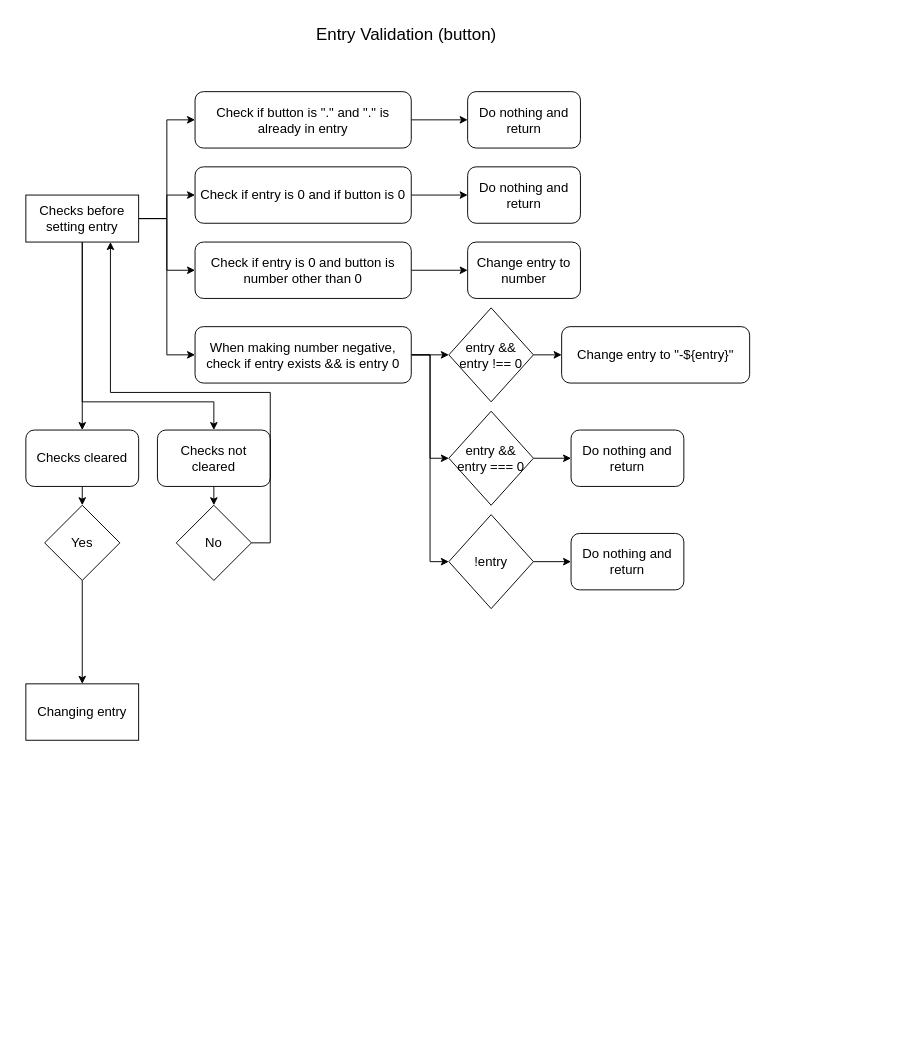
Joeseff6/Reactive-Calculator keeps this draw.io diagram as Reactive-Calculator-Diagram.drawio. Above is the earlier version. Source tidied: cells renumbered, new cells numbered last; positions are measured from the earlier drawing's top-left corner, leaving out a move shared by most shapes. Both pictures are drawn from the tidied source at 94%, with x=0, y=0 at pixel (25, 16).
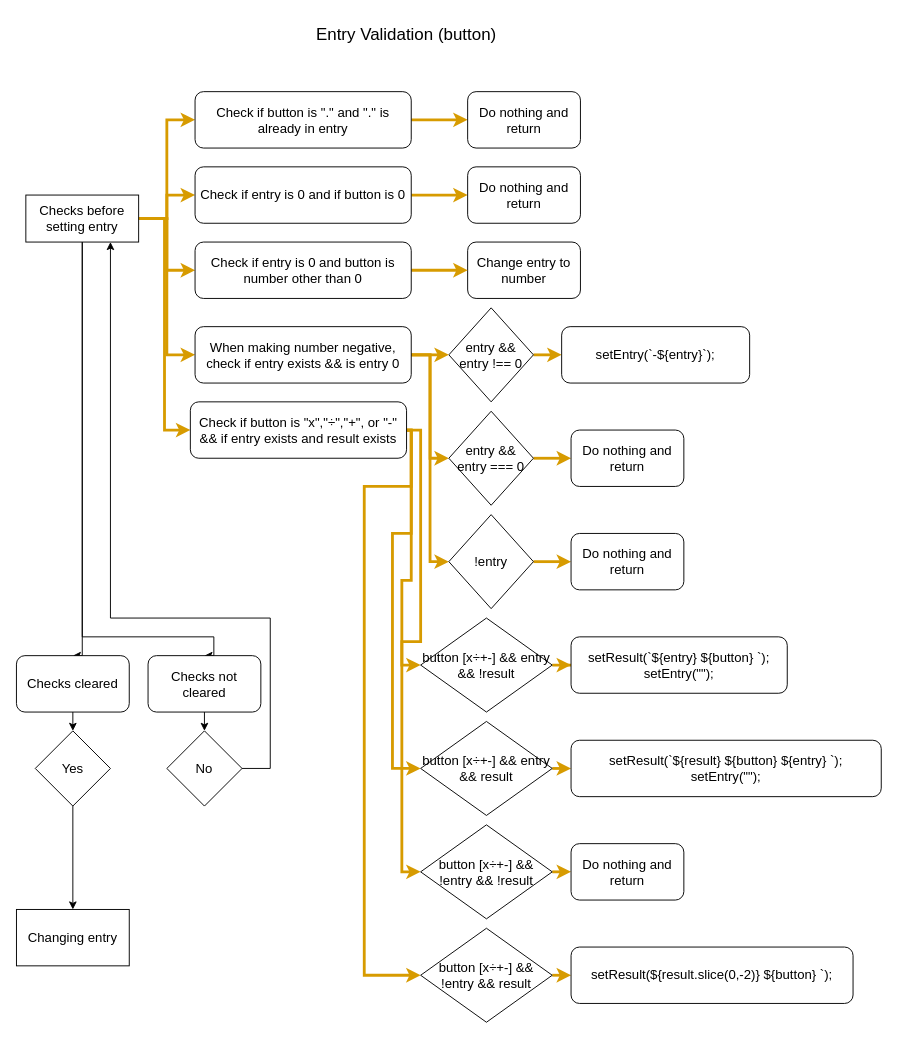
After the change.

The change refers to these unchanged cells:
```xml
<mxCell id="9" value="Checks before setting entry" style="rounded=0;whiteSpace=wrap;html=1;fontSize=14;" parent="1" vertex="1">
  <mxGeometry y="190" width="120" height="50" as="geometry" />
</mxCell>
<mxCell id="11" value="Check if entry is 0 and if button is 0" style="rounded=1;whiteSpace=wrap;html=1;fontSize=14;" parent="1" vertex="1">
  <mxGeometry x="180" y="160" width="230" height="60" as="geometry" />
</mxCell>
<mxCell id="13" value="Check if button is &quot;.&quot; and &quot;.&quot; is already in entry" style="rounded=1;whiteSpace=wrap;html=1;fontSize=14;" parent="1" vertex="1">
  <mxGeometry x="180" y="80" width="230" height="60" as="geometry" />
</mxCell>
<mxCell id="14" value="Do nothing and return" style="rounded=1;whiteSpace=wrap;html=1;fontSize=14;" parent="1" vertex="1">
  <mxGeometry x="470" y="80" width="120" height="60" as="geometry" />
</mxCell>
<mxCell id="15" value="Do nothing and return" style="rounded=1;whiteSpace=wrap;html=1;fontSize=14;" parent="1" vertex="1">
  <mxGeometry x="470" y="160" width="120" height="60" as="geometry" />
</mxCell>
<mxCell id="16" value="Change entry to number" style="rounded=1;whiteSpace=wrap;html=1;fontSize=14;" parent="1" vertex="1">
  <mxGeometry x="470" y="240" width="120" height="60" as="geometry" />
</mxCell>
<mxCell id="18" value="entry &amp;amp;&amp;amp; entry !== 0" style="rhombus;whiteSpace=wrap;html=1;fontSize=14;" parent="1" vertex="1">
  <mxGeometry x="450" y="310" width="90" height="100" as="geometry" />
</mxCell>
<mxCell id="22" value="When making number negative, check if entry exists &amp;amp;&amp;amp; is entry 0" style="rounded=1;whiteSpace=wrap;html=1;fontSize=14;" parent="1" vertex="1">
  <mxGeometry x="180" y="330" width="230" height="60" as="geometry" />
</mxCell>
<mxCell id="24" value="Check if entry is 0 and button is number other than 0" style="rounded=1;whiteSpace=wrap;html=1;fontSize=14;" parent="1" vertex="1">
  <mxGeometry x="180" y="240" width="230" height="60" as="geometry" />
</mxCell>
<mxCell id="26" value="entry &amp;amp;&amp;amp; entry === 0" style="rhombus;whiteSpace=wrap;html=1;fontSize=14;" parent="1" vertex="1">
  <mxGeometry x="450" y="420" width="90" height="100" as="geometry" />
</mxCell>
<mxCell id="28" value="Do nothing and return" style="rounded=1;whiteSpace=wrap;html=1;fontSize=14;" parent="1" vertex="1">
  <mxGeometry x="580" y="440" width="120" height="60" as="geometry" />
</mxCell>
<mxCell id="30" value="!entry" style="rhombus;whiteSpace=wrap;html=1;fontSize=14;" parent="1" vertex="1">
  <mxGeometry x="450" y="530" width="90" height="100" as="geometry" />
</mxCell>
<mxCell id="31" value="Do nothing and return" style="rounded=1;whiteSpace=wrap;html=1;fontSize=14;" parent="1" vertex="1">
  <mxGeometry x="580" y="550" width="120" height="60" as="geometry" />
</mxCell>
```

Change to the diagram source:
```diff
@@
-    <mxCell id="3" style="edgeStyle=orthogonalEdgeStyle;rounded=0;jettySize=auto;html=1;exitX=1;exitY=0.5;exitDx=0;exitDy=0;entryX=0;entryY=0.5;entryDx=0;entryDy=0;fontSize=14;" parent="1" edge="1" source="9" target="11">
+    <mxCell id="3" style="edgeStyle=orthogonalEdgeStyle;rounded=0;jettySize=auto;html=1;exitX=1;exitY=0.5;exitDx=0;exitDy=0;entryX=0;entryY=0.5;entryDx=0;entryDy=0;fontSize=14;fillColor=#ffe6cc;strokeColor=#d79b00;strokeWidth=3;" parent="1" edge="1" source="9" target="11">
       <mxGeometry relative="1" as="geometry" />
     </mxCell>
-    <mxCell id="4" style="edgeStyle=orthogonalEdgeStyle;rounded=0;jettySize=auto;html=1;exitX=1;exitY=0.5;exitDx=0;exitDy=0;entryX=0;entryY=0.5;entryDx=0;entryDy=0;fontSize=14;" parent="1" edge="1" source="9" target="13">
+    <mxCell id="4" style="edgeStyle=orthogonalEdgeStyle;rounded=0;jettySize=auto;html=1;exitX=1;exitY=0.5;exitDx=0;exitDy=0;entryX=0;entryY=0.5;entryDx=0;entryDy=0;fontSize=14;fillColor=#ffe6cc;strokeColor=#d79b00;strokeWidth=3;" parent="1" edge="1" source="9" target="13">
       <mxGeometry relative="1" as="geometry" />
     </mxCell>
-    <mxCell id="5" style="edgeStyle=orthogonalEdgeStyle;rounded=0;jettySize=auto;html=1;exitX=1;exitY=0.5;exitDx=0;exitDy=0;entryX=0;entryY=0.5;entryDx=0;entryDy=0;fontSize=14;" parent="1" edge="1" source="9" target="24">
+    <mxCell id="5" style="edgeStyle=orthogonalEdgeStyle;rounded=0;jettySize=auto;html=1;exitX=1;exitY=0.5;exitDx=0;exitDy=0;entryX=0;entryY=0.5;entryDx=0;entryDy=0;fontSize=14;fillColor=#ffe6cc;strokeColor=#d79b00;strokeWidth=3;" parent="1" edge="1" source="9" target="24">
       <mxGeometry relative="1" as="geometry" />
     </mxCell>
-    <mxCell id="6" style="edgeStyle=orthogonalEdgeStyle;rounded=0;jettySize=auto;html=1;exitX=1;exitY=0.5;exitDx=0;exitDy=0;entryX=0;entryY=0.5;entryDx=0;entryDy=0;fontSize=14;" parent="1" edge="1" source="9" target="22">
+    <mxCell id="6" style="edgeStyle=orthogonalEdgeStyle;rounded=0;jettySize=auto;html=1;exitX=1;exitY=0.5;exitDx=0;exitDy=0;entryX=0;entryY=0.5;entryDx=0;entryDy=0;fontSize=14;fillColor=#ffe6cc;strokeColor=#d79b00;strokeWidth=3;" parent="1" edge="1" source="9" target="22">
       <mxGeometry relative="1" as="geometry" />
     </mxCell>
     <mxCell id="7" style="edgeStyle=orthogonalEdgeStyle;rounded=0;jettySize=auto;html=1;entryX=0.5;entryY=0;entryDx=0;entryDy=0;fontSize=14;" parent="1" edge="1" source="9" target="33">
-      <mxGeometry relative="1" as="geometry" />
+      <mxGeometry relative="1" as="geometry">
+        <Array as="points">
+          <mxPoint x="60" y="680" />
+        </Array>
+      </mxGeometry>
     </mxCell>
     <mxCell id="8" style="edgeStyle=orthogonalEdgeStyle;rounded=0;jettySize=auto;html=1;exitX=0.5;exitY=1;exitDx=0;exitDy=0;entryX=0.5;entryY=0;entryDx=0;entryDy=0;fontSize=14;" parent="1" edge="1" source="9" target="35">
       <mxGeometry relative="1" as="geometry">
         <Array as="points">
-          <mxPoint x="60" y="410" />
-          <mxPoint x="200" y="410" />
+          <mxPoint x="60" y="660" />
+          <mxPoint x="200" y="660" />
+          <mxPoint x="200" y="680" />
         </Array>
       </mxGeometry>
     </mxCell>
+    <mxCell id="41" style="edgeStyle=orthogonalEdgeStyle;rounded=0;jettySize=auto;html=1;exitX=1;exitY=0.5;exitDx=0;exitDy=0;entryX=0;entryY=0.5;entryDx=0;entryDy=0;fontSize=14;strokeWidth=3;fillColor=#ffe6cc;strokeColor=#d79b00;" parent="1" edge="1" source="9" target="46">
+      <mxGeometry relative="1" as="geometry" />
+    </mxCell>
@@
-    <mxCell id="10" style="edgeStyle=orthogonalEdgeStyle;rounded=0;jettySize=auto;html=1;exitX=1;exitY=0.5;exitDx=0;exitDy=0;entryX=0;entryY=0.5;entryDx=0;entryDy=0;fontSize=14;" parent="1" edge="1" source="11" target="15">
+    <mxCell id="10" style="edgeStyle=orthogonalEdgeStyle;rounded=0;jettySize=auto;html=1;exitX=1;exitY=0.5;exitDx=0;exitDy=0;entryX=0;entryY=0.5;entryDx=0;entryDy=0;fontSize=14;fillColor=#ffe6cc;strokeColor=#d79b00;strokeWidth=3;" parent="1" edge="1" source="11" target="15">
       <mxGeometry relative="1" as="geometry" />
     </mxCell>
@@
-    <mxCell id="12" style="edgeStyle=orthogonalEdgeStyle;rounded=0;jettySize=auto;html=1;fontSize=14;" parent="1" edge="1" source="13" target="14">
+    <mxCell id="12" style="edgeStyle=orthogonalEdgeStyle;rounded=0;jettySize=auto;html=1;fontSize=14;fillColor=#ffe6cc;strokeColor=#d79b00;strokeWidth=3;" parent="1" edge="1" source="13" target="14">
       <mxGeometry relative="1" as="geometry" />
     </mxCell>
@@
-    <mxCell id="17" style="edgeStyle=orthogonalEdgeStyle;rounded=0;jettySize=auto;html=1;exitX=1;exitY=0.5;exitDx=0;exitDy=0;entryX=0;entryY=0.5;entryDx=0;entryDy=0;fontSize=14;" parent="1" edge="1" source="18" target="27">
+    <mxCell id="17" style="edgeStyle=orthogonalEdgeStyle;rounded=0;jettySize=auto;html=1;exitX=1;exitY=0.5;exitDx=0;exitDy=0;entryX=0;entryY=0.5;entryDx=0;entryDy=0;fontSize=14;fillColor=#ffe6cc;strokeColor=#d79b00;strokeWidth=3;" parent="1" edge="1" source="18" target="27">
       <mxGeometry relative="1" as="geometry" />
     </mxCell>
@@
-    <mxCell id="19" style="edgeStyle=orthogonalEdgeStyle;rounded=0;jettySize=auto;html=1;exitX=1;exitY=0.5;exitDx=0;exitDy=0;entryX=0;entryY=0.5;entryDx=0;entryDy=0;fontSize=14;" parent="1" edge="1" source="22" target="18">
+    <mxCell id="19" style="edgeStyle=orthogonalEdgeStyle;rounded=0;jettySize=auto;html=1;exitX=1;exitY=0.5;exitDx=0;exitDy=0;entryX=0;entryY=0.5;entryDx=0;entryDy=0;fontSize=14;fillColor=#ffe6cc;strokeColor=#d79b00;strokeWidth=3;" parent="1" edge="1" source="22" target="18">
       <mxGeometry relative="1" as="geometry" />
     </mxCell>
-    <mxCell id="20" style="edgeStyle=orthogonalEdgeStyle;rounded=0;jettySize=auto;html=1;exitX=1;exitY=0.5;exitDx=0;exitDy=0;entryX=0;entryY=0.5;entryDx=0;entryDy=0;fontSize=14;" parent="1" edge="1" source="22" target="26">
+    <mxCell id="20" style="edgeStyle=orthogonalEdgeStyle;rounded=0;jettySize=auto;html=1;exitX=1;exitY=0.5;exitDx=0;exitDy=0;entryX=0;entryY=0.5;entryDx=0;entryDy=0;fontSize=14;fillColor=#ffe6cc;strokeColor=#d79b00;strokeWidth=3;" parent="1" edge="1" source="22" target="26">
       <mxGeometry relative="1" as="geometry" />
     </mxCell>
-    <mxCell id="21" style="edgeStyle=orthogonalEdgeStyle;rounded=0;jettySize=auto;html=1;exitX=1;exitY=0.5;exitDx=0;exitDy=0;entryX=0;entryY=0.5;entryDx=0;entryDy=0;fontSize=14;" parent="1" edge="1" source="22" target="30">
+    <mxCell id="21" style="edgeStyle=orthogonalEdgeStyle;rounded=0;jettySize=auto;html=1;exitX=1;exitY=0.5;exitDx=0;exitDy=0;entryX=0;entryY=0.5;entryDx=0;entryDy=0;fontSize=14;fillColor=#ffe6cc;strokeColor=#d79b00;strokeWidth=3;" parent="1" edge="1" source="22" target="30">
       <mxGeometry relative="1" as="geometry" />
     </mxCell>
@@
-    <mxCell id="23" style="edgeStyle=orthogonalEdgeStyle;rounded=0;jettySize=auto;html=1;exitX=1;exitY=0.5;exitDx=0;exitDy=0;fontSize=14;" parent="1" edge="1" source="24" target="16">
+    <mxCell id="23" style="edgeStyle=orthogonalEdgeStyle;rounded=0;jettySize=auto;html=1;exitX=1;exitY=0.5;exitDx=0;exitDy=0;fontSize=14;fillColor=#ffe6cc;strokeColor=#d79b00;strokeWidth=3;" parent="1" edge="1" source="24" target="16">
       <mxGeometry relative="1" as="geometry" />
     </mxCell>
@@
-    <mxCell id="25" style="edgeStyle=orthogonalEdgeStyle;rounded=0;jettySize=auto;html=1;exitX=1;exitY=0.5;exitDx=0;exitDy=0;fontSize=14;" parent="1" edge="1" source="26" target="28">
+    <mxCell id="25" style="edgeStyle=orthogonalEdgeStyle;rounded=0;jettySize=auto;html=1;exitX=1;exitY=0.5;exitDx=0;exitDy=0;fontSize=14;fillColor=#ffe6cc;strokeColor=#d79b00;strokeWidth=3;" parent="1" edge="1" source="26" target="28">
       <mxGeometry relative="1" as="geometry" />
     </mxCell>
@@
-    <mxCell id="27" value="Change entry to &quot;-${entry}&quot;" style="rounded=1;whiteSpace=wrap;html=1;fontSize=14;" parent="1" vertex="1">
+    <mxCell id="27" value="setEntry(`-${entry}`);" style="rounded=1;whiteSpace=wrap;html=1;fontSize=14;" parent="1" vertex="1">
       <mxGeometry x="570" y="330" width="200" height="60" as="geometry" />
     </mxCell>
@@
-    <mxCell id="29" style="edgeStyle=orthogonalEdgeStyle;rounded=0;jettySize=auto;html=1;exitX=1;exitY=0.5;exitDx=0;exitDy=0;entryX=0;entryY=0.5;entryDx=0;entryDy=0;fontSize=14;" parent="1" edge="1" source="30" target="31">
+    <mxCell id="29" style="edgeStyle=orthogonalEdgeStyle;rounded=0;jettySize=auto;html=1;exitX=1;exitY=0.5;exitDx=0;exitDy=0;entryX=0;entryY=0.5;entryDx=0;entryDy=0;fontSize=14;fillColor=#ffe6cc;strokeColor=#d79b00;strokeWidth=3;" parent="1" edge="1" source="30" target="31">
       <mxGeometry relative="1" as="geometry" />
     </mxCell>
@@
     <mxCell id="33" value="Checks cleared" style="rounded=1;whiteSpace=wrap;html=1;fontSize=14;" parent="1" vertex="1">
-      <mxGeometry y="440" width="120" height="60" as="geometry" />
+      <mxGeometry x="-10" y="680" width="120" height="60" as="geometry" />
     </mxCell>
@@
     <mxCell id="35" value="Checks not cleared" style="rounded=1;whiteSpace=wrap;html=1;fontSize=14;" parent="1" vertex="1">
-      <mxGeometry x="140" y="440" width="120" height="60" as="geometry" />
+      <mxGeometry x="130" y="680" width="120" height="60" as="geometry" />
     </mxCell>
@@
     <mxCell id="37" value="Yes" style="rhombus;whiteSpace=wrap;html=1;fontSize=14;" parent="1" vertex="1">
-      <mxGeometry x="20" y="520" width="80" height="80" as="geometry" />
+      <mxGeometry x="10" y="760" width="80" height="80" as="geometry" />
     </mxCell>
     <mxCell id="38" style="edgeStyle=orthogonalEdgeStyle;rounded=0;jettySize=auto;html=1;exitX=1;exitY=0.5;exitDx=0;exitDy=0;entryX=0.75;entryY=1;entryDx=0;entryDy=0;fontSize=14;" parent="1" edge="1" source="39" target="9">
       <mxGeometry relative="1" as="geometry">
         <Array as="points">
-          <mxPoint x="260" y="560" />
-          <mxPoint x="260" y="400" />
-          <mxPoint x="90" y="400" />
+          <mxPoint x="260" y="800" />
+          <mxPoint x="260" y="640" />
+          <mxPoint x="90" y="640" />
         </Array>
       </mxGeometry>
     </mxCell>
     <mxCell id="39" value="No" style="rhombus;whiteSpace=wrap;html=1;fontSize=14;" parent="1" vertex="1">
-      <mxGeometry x="160" y="520" width="80" height="80" as="geometry" />
+      <mxGeometry x="150" y="760" width="80" height="80" as="geometry" />
     </mxCell>
     <mxCell id="40" value="Changing entry" style="rounded=0;whiteSpace=wrap;html=1;fontSize=14;" parent="1" vertex="1">
-      <mxGeometry y="710" width="120" height="60" as="geometry" />
+      <mxGeometry x="-10" y="950" width="120" height="60" as="geometry" />
     </mxCell>
+    <mxCell id="42" style="edgeStyle=orthogonalEdgeStyle;rounded=0;jettySize=auto;html=1;exitX=1;exitY=0.5;exitDx=0;exitDy=0;entryX=0;entryY=0.5;entryDx=0;entryDy=0;fontSize=14;strokeWidth=3;fillColor=#ffe6cc;strokeColor=#d79b00;" parent="1" edge="1" source="46" target="48">
+      <mxGeometry relative="1" as="geometry">
+        <Array as="points">
+          <mxPoint x="410" y="440" />
+          <mxPoint x="410" y="600" />
+          <mxPoint x="400" y="600" />
+          <mxPoint x="400" y="690" />
+        </Array>
+      </mxGeometry>
+    </mxCell>
+    <mxCell id="43" style="edgeStyle=orthogonalEdgeStyle;rounded=0;jettySize=auto;html=1;exitX=1;exitY=0.5;exitDx=0;exitDy=0;entryX=0;entryY=0.5;entryDx=0;entryDy=0;fontSize=14;strokeWidth=3;fillColor=#ffe6cc;strokeColor=#d79b00;" parent="1" edge="1" source="46" target="51">
+      <mxGeometry relative="1" as="geometry">
+        <Array as="points">
+          <mxPoint x="410" y="440" />
+          <mxPoint x="410" y="550" />
+          <mxPoint x="390" y="550" />
+          <mxPoint x="390" y="800" />
+        </Array>
+      </mxGeometry>
+    </mxCell>
+    <mxCell id="44" style="edgeStyle=orthogonalEdgeStyle;rounded=0;jettySize=auto;html=1;exitX=1;exitY=0.5;exitDx=0;exitDy=0;entryX=0;entryY=0.5;entryDx=0;entryDy=0;fontSize=14;strokeWidth=3;fillColor=#ffe6cc;strokeColor=#d79b00;" parent="1" edge="1" source="46" target="54">
+      <mxGeometry relative="1" as="geometry">
+        <Array as="points">
+          <mxPoint x="420" y="440" />
+          <mxPoint x="420" y="665" />
+          <mxPoint x="400" y="665" />
+          <mxPoint x="400" y="910" />
+        </Array>
+      </mxGeometry>
+    </mxCell>
+    <mxCell id="45" style="edgeStyle=orthogonalEdgeStyle;rounded=0;jettySize=auto;html=1;exitX=1;exitY=0.5;exitDx=0;exitDy=0;entryX=0;entryY=0.5;entryDx=0;entryDy=0;fontSize=14;strokeWidth=3;fillColor=#ffe6cc;strokeColor=#d79b00;" parent="1" edge="1" source="46" target="57">
+      <mxGeometry relative="1" as="geometry">
+        <Array as="points">
+          <mxPoint x="410" y="440" />
+          <mxPoint x="410" y="500" />
+          <mxPoint x="360" y="500" />
+          <mxPoint x="360" y="1020" />
+        </Array>
+      </mxGeometry>
+    </mxCell>
+    <mxCell id="46" value="Check if button is &quot;x&quot;,&quot;÷&quot;,&quot;+&quot;, or &quot;-&quot; &amp;amp;&amp;amp; if entry exists and result exists" style="rounded=1;whiteSpace=wrap;html=1;fontSize=14;" parent="1" vertex="1">
+      <mxGeometry x="175" y="410" width="230" height="60" as="geometry" />
+    </mxCell>
+    <mxCell id="47" style="edgeStyle=orthogonalEdgeStyle;rounded=0;jettySize=auto;html=1;exitX=1;exitY=0.5;exitDx=0;exitDy=0;fontSize=14;strokeWidth=3;fillColor=#ffe6cc;strokeColor=#d79b00;" parent="1" edge="1" source="48" target="49">
+      <mxGeometry relative="1" as="geometry" />
+    </mxCell>
+    <mxCell id="48" value="button [x÷+-] &amp;amp;&amp;amp; entry &amp;amp;&amp;amp; !result" style="rhombus;whiteSpace=wrap;html=1;fontSize=14;" parent="1" vertex="1">
+      <mxGeometry x="420" y="640" width="140" height="100" as="geometry" />
+    </mxCell>
+    <mxCell id="49" value="setResult(`${entry} ${button} `);&lt;br&gt;setEntry(&quot;&quot;);" style="rounded=1;whiteSpace=wrap;html=1;fontSize=14;" parent="1" vertex="1">
+      <mxGeometry x="580" y="660" width="230" height="60" as="geometry" />
+    </mxCell>
+    <mxCell id="50" style="edgeStyle=orthogonalEdgeStyle;rounded=0;jettySize=auto;html=1;exitX=1;exitY=0.5;exitDx=0;exitDy=0;entryX=0;entryY=0.5;entryDx=0;entryDy=0;fontSize=14;strokeWidth=3;fillColor=#ffe6cc;strokeColor=#d79b00;" parent="1" edge="1" source="51" target="52">
+      <mxGeometry relative="1" as="geometry" />
+    </mxCell>
+    <mxCell id="51" value="button [x÷+-] &amp;amp;&amp;amp; entry &amp;amp;&amp;amp; result" style="rhombus;whiteSpace=wrap;html=1;fontSize=14;" parent="1" vertex="1">
+      <mxGeometry x="420" y="750" width="140" height="100" as="geometry" />
+    </mxCell>
+    <mxCell id="52" value="setResult(`${result} ${button} ${entry} `);&lt;br&gt;setEntry(&quot;&quot;);" style="rounded=1;whiteSpace=wrap;html=1;fontSize=14;" parent="1" vertex="1">
+      <mxGeometry x="580" y="770" width="330" height="60" as="geometry" />
+    </mxCell>
+    <mxCell id="53" style="edgeStyle=orthogonalEdgeStyle;rounded=0;jettySize=auto;html=1;exitX=1;exitY=0.5;exitDx=0;exitDy=0;entryX=0;entryY=0.5;entryDx=0;entryDy=0;fontSize=14;strokeWidth=3;fillColor=#ffe6cc;strokeColor=#d79b00;" parent="1" edge="1" source="54" target="55">
+      <mxGeometry relative="1" as="geometry" />
+    </mxCell>
+    <mxCell id="54" value="button [x÷+-] &amp;amp;&amp;amp; !entry &amp;amp;&amp;amp; !result" style="rhombus;whiteSpace=wrap;html=1;fontSize=14;" parent="1" vertex="1">
+      <mxGeometry x="420" y="860" width="140" height="100" as="geometry" />
+    </mxCell>
+    <mxCell id="55" value="Do nothing and return" style="rounded=1;whiteSpace=wrap;html=1;fontSize=14;" parent="1" vertex="1">
+      <mxGeometry x="580" y="880" width="120" height="60" as="geometry" />
+    </mxCell>
+    <mxCell id="56" style="edgeStyle=orthogonalEdgeStyle;rounded=0;jettySize=auto;html=1;exitX=1;exitY=0.5;exitDx=0;exitDy=0;entryX=0;entryY=0.5;entryDx=0;entryDy=0;fontSize=14;strokeWidth=3;fillColor=#ffe6cc;strokeColor=#d79b00;" parent="1" edge="1" source="57" target="58">
+      <mxGeometry relative="1" as="geometry" />
+    </mxCell>
+    <mxCell id="57" value="button [x÷+-] &amp;amp;&amp;amp; !entry &amp;amp;&amp;amp; result" style="rhombus;whiteSpace=wrap;html=1;fontSize=14;" parent="1" vertex="1">
+      <mxGeometry x="420" y="970" width="140" height="100" as="geometry" />
+    </mxCell>
+    <mxCell id="58" value="setResult(${result.slice(0,-2)} ${button} `);" style="rounded=1;whiteSpace=wrap;html=1;fontSize=14;" parent="1" vertex="1">
+      <mxGeometry x="580" y="990" width="300" height="60" as="geometry" />
+    </mxCell>
```
